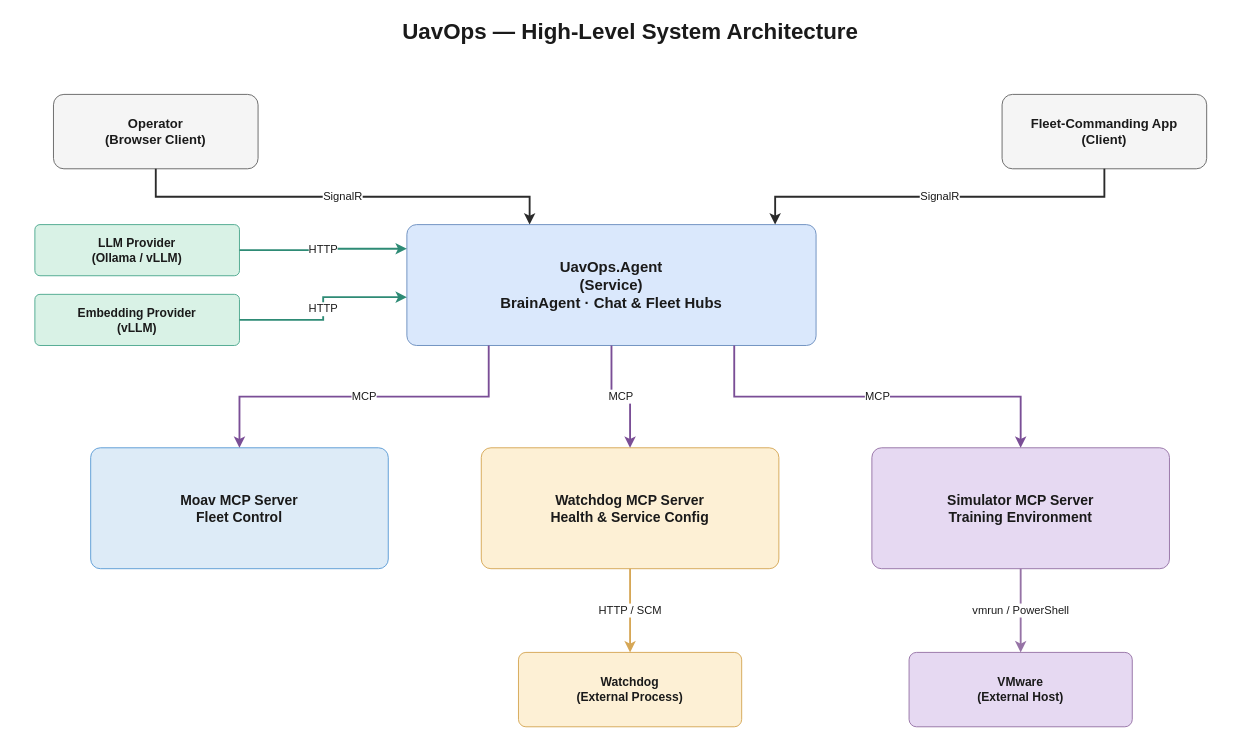
This is docs/architecture.drawio from David-Mordechai/UavOps, a draw.io file, before an edit. Source tidied: cells renumbered, new cells numbered last; positions are measured from the earlier drawing's top-left corner, leaving out a move shared by most shapes. Both pictures are drawn from the tidied source at 93%, with x=0, y=0 at pixel (16, 16).
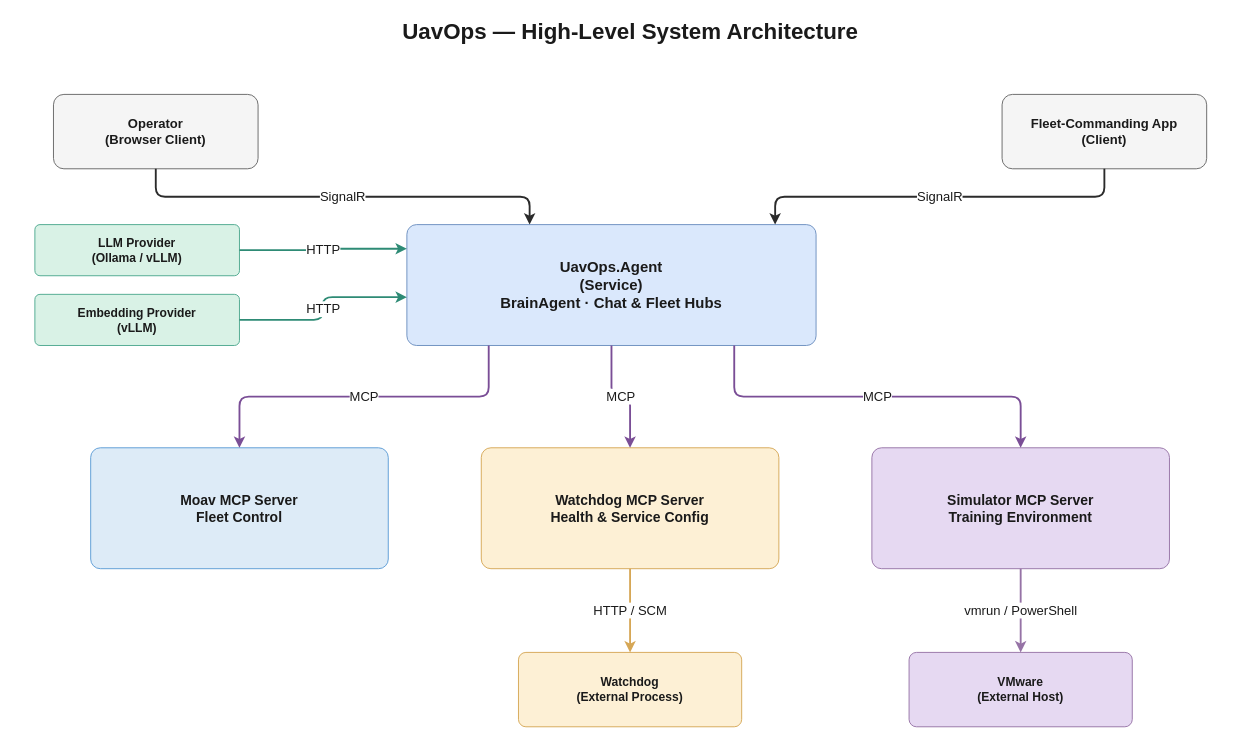
Above is the later version.

Commit message:
Round edge corners and enlarge edge label font

Sharp right-angle turns on the orthogonal connectors looked like breaks;
rounded=1 smooths them. Edge labels bumped from 12pt to 14pt for readability.

The change refers to these unchanged cells:
```xml
<mxCell id="3" value="Operator&#10;(Browser Client)" style="rounded=1;whiteSpace=wrap;html=1;fillColor=light-dark(#F5F5F5,#2B2B2B);strokeColor=light-dark(#666666,#AAAAAA);fontColor=light-dark(#1A1A1A,#F0F0F0);fontSize=14;fontStyle=1;arcSize=14;" parent="1" vertex="1">
  <mxGeometry x="40" y="84" width="220" height="80" as="geometry" />
</mxCell>
<mxCell id="4" value="Fleet-Commanding App&#10;(Client)" style="rounded=1;whiteSpace=wrap;html=1;fillColor=light-dark(#F5F5F5,#2B2B2B);strokeColor=light-dark(#666666,#AAAAAA);fontColor=light-dark(#1A1A1A,#F0F0F0);fontSize=14;fontStyle=1;arcSize=14;" parent="1" vertex="1">
  <mxGeometry x="1060" y="84" width="220" height="80" as="geometry" />
</mxCell>
<mxCell id="5" value="LLM Provider&#10;(Ollama / vLLM)" style="rounded=1;whiteSpace=wrap;html=1;fillColor=light-dark(#D9F2E6,#1F4A3D);strokeColor=light-dark(#4DA88F,#7FD9BE);fontColor=light-dark(#1A1A1A,#F5F5F5);fontSize=13;fontStyle=1;arcSize=10;" parent="1" vertex="1">
  <mxGeometry x="20" y="224" width="220" height="55" as="geometry" />
</mxCell>
<mxCell id="6" value="Embedding Provider&#10;(vLLM)" style="rounded=1;whiteSpace=wrap;html=1;fillColor=light-dark(#D9F2E6,#1F4A3D);strokeColor=light-dark(#4DA88F,#7FD9BE);fontColor=light-dark(#1A1A1A,#F5F5F5);fontSize=13;fontStyle=1;arcSize=10;" parent="1" vertex="1">
  <mxGeometry x="20" y="299" width="220" height="55" as="geometry" />
</mxCell>
<mxCell id="7" value="UavOps.Agent&#10;(Service)&#10;BrainAgent  ·  Chat &amp; Fleet Hubs" style="rounded=1;whiteSpace=wrap;html=1;fillColor=light-dark(#DAE8FC,#1F3A5F);strokeColor=light-dark(#6C8EBF,#8FB4E3);fontColor=light-dark(#1A1A1A,#F5F5F5);fontSize=16;fontStyle=1;arcSize=8;" parent="1" vertex="1">
  <mxGeometry x="420" y="224" width="440" height="130" as="geometry" />
</mxCell>
<mxCell id="8" value="Moav MCP Server&#10;Fleet Control" style="rounded=1;whiteSpace=wrap;html=1;fillColor=light-dark(#DDEBF7,#16324A);strokeColor=light-dark(#5B9BD5,#7FB2E5);fontColor=light-dark(#1A1A1A,#F5F5F5);fontSize=15;fontStyle=1;arcSize=8;" parent="1" vertex="1">
  <mxGeometry x="80" y="464" width="320" height="130" as="geometry" />
</mxCell>
<mxCell id="9" value="Watchdog MCP Server&#10;Health &amp; Service Config" style="rounded=1;whiteSpace=wrap;html=1;fillColor=light-dark(#FDF0D5,#4A3B1F);strokeColor=light-dark(#D6A756,#E8C077);fontColor=light-dark(#1A1A1A,#F5F5F5);fontSize=15;fontStyle=1;arcSize=8;" parent="1" vertex="1">
  <mxGeometry x="500" y="464" width="320" height="130" as="geometry" />
</mxCell>
<mxCell id="10" value="Simulator MCP Server&#10;Training Environment" style="rounded=1;whiteSpace=wrap;html=1;fillColor=light-dark(#E6D9F2,#3B2A55);strokeColor=light-dark(#9673A6,#C6A8DE);fontColor=light-dark(#1A1A1A,#F5F5F5);fontSize=15;fontStyle=1;arcSize=8;" parent="1" vertex="1">
  <mxGeometry x="920" y="464" width="320" height="130" as="geometry" />
</mxCell>
<mxCell id="11" value="Watchdog&#10;(External Process)" style="rounded=1;whiteSpace=wrap;html=1;fillColor=light-dark(#FDF0D5,#4A3B1F);strokeColor=light-dark(#D6A756,#E8C077);fontColor=light-dark(#1A1A1A,#F5F5F5);fontSize=13;fontStyle=1;arcSize=10;" parent="1" vertex="1">
  <mxGeometry x="540" y="684" width="240" height="80" as="geometry" />
</mxCell>
<mxCell id="12" value="VMware&#10;(External Host)" style="rounded=1;whiteSpace=wrap;html=1;fillColor=light-dark(#E6D9F2,#3B2A55);strokeColor=light-dark(#9673A6,#C6A8DE);fontColor=light-dark(#1A1A1A,#F5F5F5);fontSize=13;fontStyle=1;arcSize=10;" parent="1" vertex="1">
  <mxGeometry x="960" y="684" width="240" height="80" as="geometry" />
</mxCell>
```

The edit, as a diff of the source:
```diff
@@
-    <mxCell id="13" value="SignalR" style="edgeStyle=orthogonalEdgeStyle;rounded=0;html=1;strokeColor=light-dark(#2B2B2B,#E0E0E0);strokeWidth=2;fontColor=light-dark(#1A1A1A,#F5F5F5);fontSize=12;exitX=0.5;exitY=1;entryX=0.3;entryY=0;" parent="1" edge="1" source="3" target="7">
+    <mxCell id="13" value="SignalR" style="edgeStyle=orthogonalEdgeStyle;rounded=1;html=1;strokeColor=light-dark(#2B2B2B,#E0E0E0);strokeWidth=2;fontColor=light-dark(#1A1A1A,#F5F5F5);fontSize=14;exitX=0.5;exitY=1;entryX=0.3;entryY=0;" parent="1" edge="1" source="3" target="7">
       <mxGeometry relative="1" as="geometry" />
     </mxCell>
-    <mxCell id="14" value="SignalR" style="edgeStyle=orthogonalEdgeStyle;rounded=0;html=1;strokeColor=light-dark(#2B2B2B,#E0E0E0);strokeWidth=2;fontColor=light-dark(#1A1A1A,#F5F5F5);fontSize=12;exitX=0.5;exitY=1;entryX=0.9;entryY=0;" parent="1" edge="1" source="4" target="7">
+    <mxCell id="14" value="SignalR" style="edgeStyle=orthogonalEdgeStyle;rounded=1;html=1;strokeColor=light-dark(#2B2B2B,#E0E0E0);strokeWidth=2;fontColor=light-dark(#1A1A1A,#F5F5F5);fontSize=14;exitX=0.5;exitY=1;entryX=0.9;entryY=0;" parent="1" edge="1" source="4" target="7">
       <mxGeometry relative="1" as="geometry" />
     </mxCell>
-    <mxCell id="15" value="HTTP" style="edgeStyle=orthogonalEdgeStyle;rounded=0;html=1;strokeColor=light-dark(#2E8B75,#7FD9BE);strokeWidth=2;fontColor=light-dark(#1A1A1A,#F5F5F5);fontSize=12;exitX=1;exitY=0.5;entryX=0;entryY=0.2;" parent="1" edge="1" source="5" target="7">
+    <mxCell id="15" value="HTTP" style="edgeStyle=orthogonalEdgeStyle;rounded=1;html=1;strokeColor=light-dark(#2E8B75,#7FD9BE);strokeWidth=2;fontColor=light-dark(#1A1A1A,#F5F5F5);fontSize=14;exitX=1;exitY=0.5;entryX=0;entryY=0.2;" parent="1" edge="1" source="5" target="7">
       <mxGeometry relative="1" as="geometry" />
     </mxCell>
-    <mxCell id="16" value="HTTP" style="edgeStyle=orthogonalEdgeStyle;rounded=0;html=1;strokeColor=light-dark(#2E8B75,#7FD9BE);strokeWidth=2;fontColor=light-dark(#1A1A1A,#F5F5F5);fontSize=12;exitX=1;exitY=0.5;entryX=0;entryY=0.6;" parent="1" edge="1" source="6" target="7">
+    <mxCell id="16" value="HTTP" style="edgeStyle=orthogonalEdgeStyle;rounded=1;html=1;strokeColor=light-dark(#2E8B75,#7FD9BE);strokeWidth=2;fontColor=light-dark(#1A1A1A,#F5F5F5);fontSize=14;exitX=1;exitY=0.5;entryX=0;entryY=0.6;" parent="1" edge="1" source="6" target="7">
       <mxGeometry relative="1" as="geometry" />
     </mxCell>
-    <mxCell id="17" value="MCP" style="edgeStyle=orthogonalEdgeStyle;rounded=0;html=1;strokeColor=light-dark(#7A4E96,#C6A8DE);strokeWidth=2;fontColor=light-dark(#1A1A1A,#F5F5F5);fontSize=12;exitX=0.2;exitY=1;entryX=0.5;entryY=0;" parent="1" edge="1" source="7" target="8">
+    <mxCell id="17" value="MCP" style="edgeStyle=orthogonalEdgeStyle;rounded=1;html=1;strokeColor=light-dark(#7A4E96,#C6A8DE);strokeWidth=2;fontColor=light-dark(#1A1A1A,#F5F5F5);fontSize=14;exitX=0.2;exitY=1;entryX=0.5;entryY=0;" parent="1" edge="1" source="7" target="8">
       <mxGeometry relative="1" as="geometry" />
     </mxCell>
-    <mxCell id="18" value="MCP" style="edgeStyle=orthogonalEdgeStyle;rounded=0;html=1;strokeColor=light-dark(#7A4E96,#C6A8DE);strokeWidth=2;fontColor=light-dark(#1A1A1A,#F5F5F5);fontSize=12;exitX=0.5;exitY=1;entryX=0.5;entryY=0;" parent="1" edge="1" source="7" target="9">
+    <mxCell id="18" value="MCP" style="edgeStyle=orthogonalEdgeStyle;rounded=1;html=1;strokeColor=light-dark(#7A4E96,#C6A8DE);strokeWidth=2;fontColor=light-dark(#1A1A1A,#F5F5F5);fontSize=14;exitX=0.5;exitY=1;entryX=0.5;entryY=0;" parent="1" edge="1" source="7" target="9">
       <mxGeometry relative="1" as="geometry" />
     </mxCell>
-    <mxCell id="19" value="MCP" style="edgeStyle=orthogonalEdgeStyle;rounded=0;html=1;strokeColor=light-dark(#7A4E96,#C6A8DE);strokeWidth=2;fontColor=light-dark(#1A1A1A,#F5F5F5);fontSize=12;exitX=0.8;exitY=1;entryX=0.5;entryY=0;" parent="1" edge="1" source="7" target="10">
+    <mxCell id="19" value="MCP" style="edgeStyle=orthogonalEdgeStyle;rounded=1;html=1;strokeColor=light-dark(#7A4E96,#C6A8DE);strokeWidth=2;fontColor=light-dark(#1A1A1A,#F5F5F5);fontSize=14;exitX=0.8;exitY=1;entryX=0.5;entryY=0;" parent="1" edge="1" source="7" target="10">
       <mxGeometry relative="1" as="geometry" />
     </mxCell>
-    <mxCell id="20" value="HTTP / SCM" style="edgeStyle=orthogonalEdgeStyle;rounded=0;html=1;strokeColor=light-dark(#D6A756,#E8C077);strokeWidth=2;fontColor=light-dark(#1A1A1A,#F5F5F5);fontSize=12;exitX=0.5;exitY=1;entryX=0.5;entryY=0;" parent="1" edge="1" source="9" target="11">
+    <mxCell id="20" value="HTTP / SCM" style="edgeStyle=orthogonalEdgeStyle;rounded=1;html=1;strokeColor=light-dark(#D6A756,#E8C077);strokeWidth=2;fontColor=light-dark(#1A1A1A,#F5F5F5);fontSize=14;exitX=0.5;exitY=1;entryX=0.5;entryY=0;" parent="1" edge="1" source="9" target="11">
       <mxGeometry relative="1" as="geometry" />
     </mxCell>
-    <mxCell id="21" value="vmrun / PowerShell" style="edgeStyle=orthogonalEdgeStyle;rounded=0;html=1;strokeColor=light-dark(#9673A6,#C6A8DE);strokeWidth=2;fontColor=light-dark(#1A1A1A,#F5F5F5);fontSize=12;exitX=0.5;exitY=1;entryX=0.5;entryY=0;" parent="1" edge="1" source="10" target="12">
+    <mxCell id="21" value="vmrun / PowerShell" style="edgeStyle=orthogonalEdgeStyle;rounded=1;html=1;strokeColor=light-dark(#9673A6,#C6A8DE);strokeWidth=2;fontColor=light-dark(#1A1A1A,#F5F5F5);fontSize=14;exitX=0.5;exitY=1;entryX=0.5;entryY=0;" parent="1" edge="1" source="10" target="12">
       <mxGeometry relative="1" as="geometry" />
     </mxCell>
```
